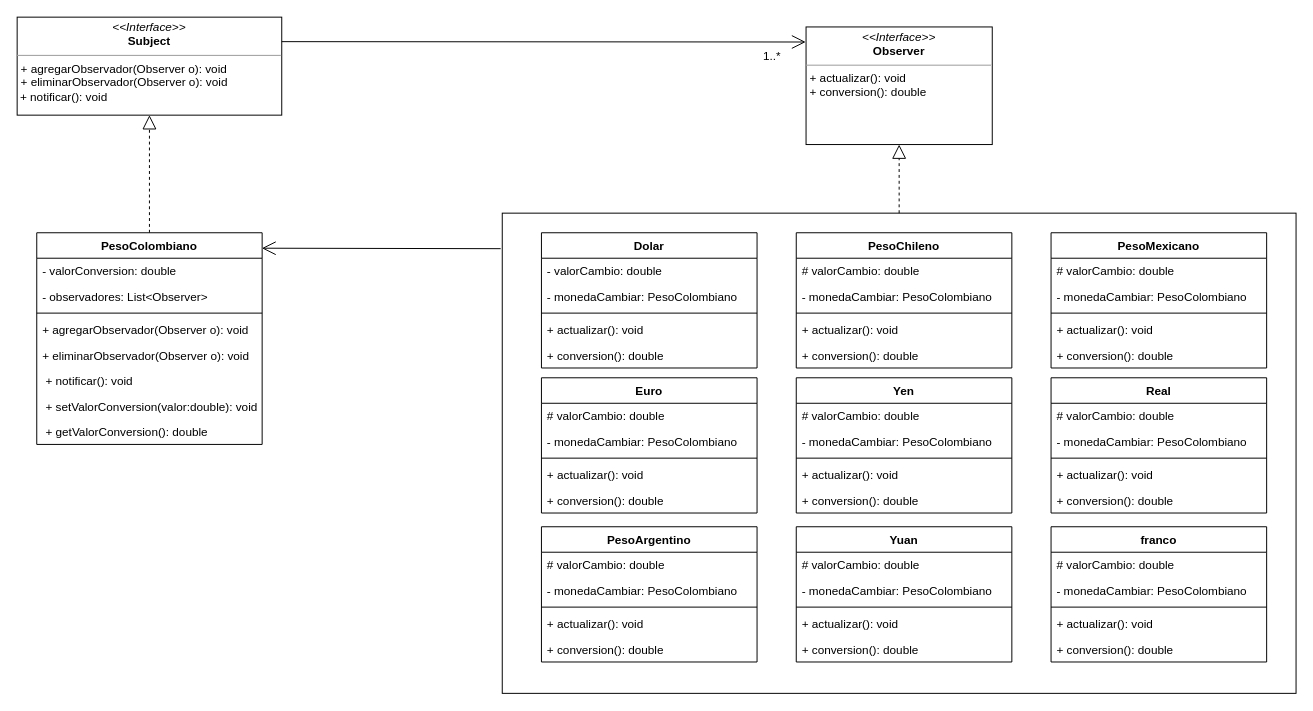
This is Observer/Observer.drawio from spaezsuarez/Modelos-de-Programacion-Patrones-de-Dise-o-, a draw.io file, before an edit. Source tidied: cells renumbered, new cells numbered last; positions are measured from the earlier drawing's top-left corner, leaving out a move shared by most shapes. Both pictures are drawn from the tidied source at 98%, with x=0, y=0 at pixel (17, 17).
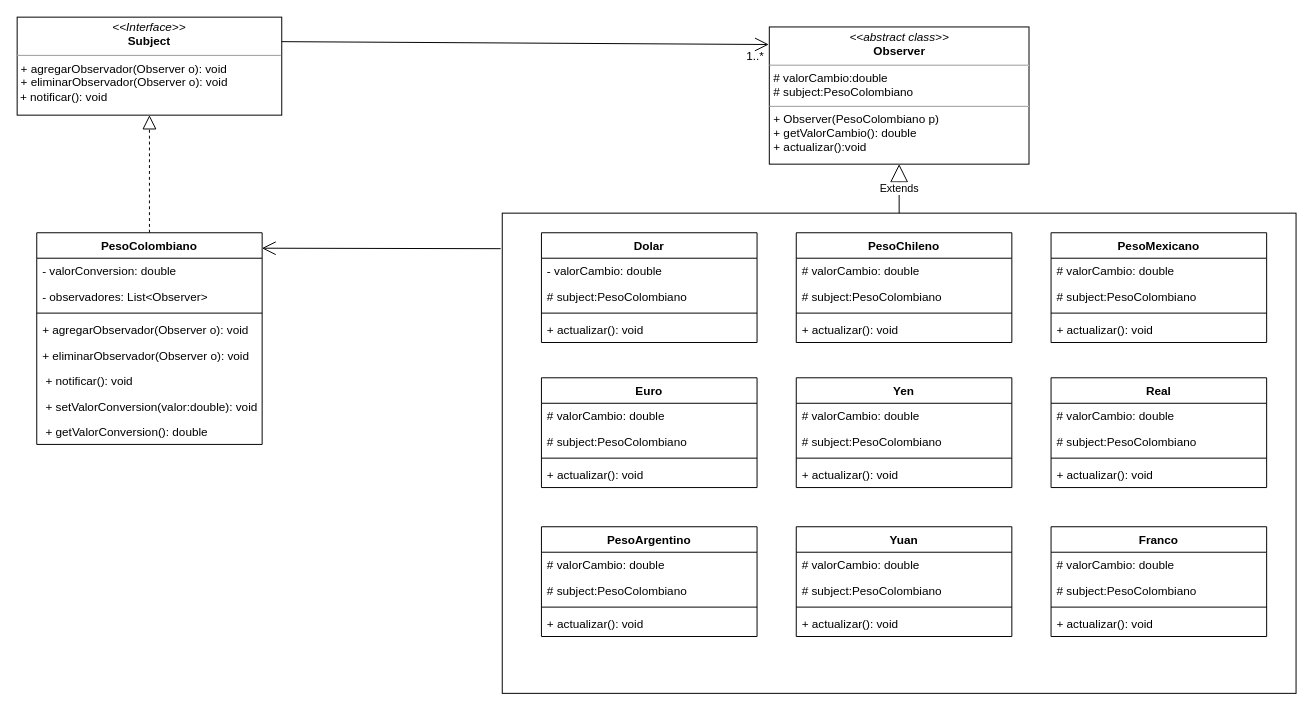
The same diagram, later.

The change refers to these unchanged cells:
```xml
<mxCell id="2" style="rounded=0;whiteSpace=wrap;html=1;" parent="1" vertex="1">
  <mxGeometry x="495" y="200" width="810" height="490" as="geometry" />
</mxCell>
```

Diff of the diagram source:
```diff
@@
-    <mxCell id="4" value="&lt;p style=&quot;margin: 0px ; margin-top: 4px ; text-align: center&quot;&gt;&lt;i&gt;&amp;lt;&amp;lt;Interface&amp;gt;&amp;gt;&lt;/i&gt;&lt;br&gt;&lt;b&gt;Observer&lt;/b&gt;&lt;/p&gt;&lt;hr size=&quot;1&quot;&gt;&lt;p style=&quot;margin: 0px ; margin-left: 4px&quot;&gt;&lt;/p&gt;&lt;p style=&quot;margin: 0px ; margin-left: 4px&quot;&gt;+ actualizar(): void&lt;br&gt;+ conversion(): double&lt;br&gt;&lt;/p&gt;" style="verticalAlign=top;align=left;overflow=fill;fontSize=12;fontFamily=Helvetica;html=1;" parent="1" vertex="1">
-      <mxGeometry x="805" y="10" width="190" height="120" as="geometry" />
+    <mxCell id="4" value="&lt;p style=&quot;margin: 4px 0px 0px ; text-align: center&quot;&gt;&lt;i&gt;&amp;lt;&amp;lt;abstract class&amp;gt;&amp;gt;&lt;/i&gt;&lt;br&gt;&lt;b&gt;Observer&lt;/b&gt;&lt;/p&gt;&lt;hr size=&quot;1&quot;&gt;&lt;p style=&quot;margin: 0px 0px 0px 4px&quot;&gt;&lt;span&gt;# valorCambio:double&lt;/span&gt;&lt;/p&gt;&lt;p style=&quot;margin: 0px 0px 0px 4px&quot;&gt;# subject:PesoColombiano&lt;/p&gt;&lt;hr size=&quot;1&quot;&gt;&lt;p style=&quot;margin: 0px 0px 0px 4px&quot;&gt;+ Observer(PesoColombiano p)&lt;br&gt;+ getValorCambio(): double&lt;/p&gt;&lt;p style=&quot;margin: 0px 0px 0px 4px&quot;&gt;+ actualizar():void&lt;/p&gt;" style="verticalAlign=top;align=left;overflow=fill;fontSize=12;fontFamily=Helvetica;html=1;" parent="1" vertex="1">
+      <mxGeometry x="767.5" y="10" width="265" height="140" as="geometry" />
     </mxCell>
@@
     <mxCell id="6" value="Dolar" style="swimlane;fontStyle=1;align=center;verticalAlign=top;horizontal=1;startSize=26;" parent="1" vertex="1">
-      <mxGeometry x="535" y="220" width="220" height="138" as="geometry" />
+      <mxGeometry x="535" y="220" width="220" height="112" as="geometry" />
     </mxCell>
@@
-    <mxCell id="8" value="- monedaCambiar: PesoColombiano" style="text;strokeColor=none;fillColor=none;align=left;verticalAlign=top;spacingLeft=4;spacingRight=4;overflow=hidden;" parent="6" vertex="1">
+    <mxCell id="8" value="# subject:PesoColombiano" style="text;strokeColor=none;fillColor=none;align=left;verticalAlign=top;spacingLeft=4;spacingRight=4;overflow=hidden;" parent="6" vertex="1">
       <mxGeometry y="52" width="220" height="26" as="geometry" />
     </mxCell>
@@
-    <mxCell id="11" value="+ conversion(): double" style="text;strokeColor=none;fillColor=none;align=left;verticalAlign=top;spacingLeft=4;spacingRight=4;overflow=hidden;" parent="6" vertex="1">
-      <mxGeometry y="112" width="220" height="26" as="geometry" />
-    </mxCell>
     <mxCell id="12" value="PesoChileno" style="swimlane;fontStyle=1;align=center;verticalAlign=top;horizontal=1;startSize=26;" parent="1" vertex="1">
-      <mxGeometry x="795" y="220" width="220" height="138" as="geometry" />
+      <mxGeometry x="795" y="220" width="220" height="112" as="geometry" />
     </mxCell>
@@
-    <mxCell id="14" value="- monedaCambiar: PesoColombiano" style="text;strokeColor=none;fillColor=none;align=left;verticalAlign=top;spacingLeft=4;spacingRight=4;overflow=hidden;" parent="12" vertex="1">
+    <mxCell id="14" value="# subject:PesoColombiano" style="text;strokeColor=none;fillColor=none;align=left;verticalAlign=top;spacingLeft=4;spacingRight=4;overflow=hidden;" parent="12" vertex="1">
       <mxGeometry y="52" width="220" height="26" as="geometry" />
     </mxCell>
@@
-    <mxCell id="17" value="+ conversion(): double" style="text;strokeColor=none;fillColor=none;align=left;verticalAlign=top;spacingLeft=4;spacingRight=4;overflow=hidden;" parent="12" vertex="1">
-      <mxGeometry y="112" width="220" height="26" as="geometry" />
-    </mxCell>
     <mxCell id="18" value="PesoMexicano" style="swimlane;fontStyle=1;align=center;verticalAlign=top;horizontal=1;startSize=26;" parent="1" vertex="1">
-      <mxGeometry x="1055" y="220" width="220" height="138" as="geometry" />
+      <mxGeometry x="1055" y="220" width="220" height="112" as="geometry" />
     </mxCell>
@@
-    <mxCell id="20" value="- monedaCambiar: PesoColombiano" style="text;strokeColor=none;fillColor=none;align=left;verticalAlign=top;spacingLeft=4;spacingRight=4;overflow=hidden;" parent="18" vertex="1">
+    <mxCell id="20" value="# subject:PesoColombiano" style="text;strokeColor=none;fillColor=none;align=left;verticalAlign=top;spacingLeft=4;spacingRight=4;overflow=hidden;" parent="18" vertex="1">
       <mxGeometry y="52" width="220" height="26" as="geometry" />
     </mxCell>
@@
-    <mxCell id="23" value="+ conversion(): double" style="text;strokeColor=none;fillColor=none;align=left;verticalAlign=top;spacingLeft=4;spacingRight=4;overflow=hidden;" parent="18" vertex="1">
-      <mxGeometry y="112" width="220" height="26" as="geometry" />
-    </mxCell>
@@
     <mxCell id="26" value="1..*" style="text;html=1;align=center;verticalAlign=middle;" parent="1" vertex="1">
-      <mxGeometry x="755" y="30" width="30" height="20" as="geometry" />
+      <mxGeometry x="737.5" y="30" width="30" height="20" as="geometry" />
     </mxCell>
     <mxCell id="27" value="Euro" style="swimlane;fontStyle=1;align=center;verticalAlign=top;horizontal=1;startSize=26;" parent="1" vertex="1">
-      <mxGeometry x="535" y="368" width="220" height="138" as="geometry" />
+      <mxGeometry x="535" y="368" width="220" height="112" as="geometry" />
     </mxCell>
@@
-    <mxCell id="29" value="- monedaCambiar: PesoColombiano" style="text;strokeColor=none;fillColor=none;align=left;verticalAlign=top;spacingLeft=4;spacingRight=4;overflow=hidden;" parent="27" vertex="1">
+    <mxCell id="29" value="# subject:PesoColombiano" style="text;strokeColor=none;fillColor=none;align=left;verticalAlign=top;spacingLeft=4;spacingRight=4;overflow=hidden;" parent="27" vertex="1">
       <mxGeometry y="52" width="220" height="26" as="geometry" />
     </mxCell>
@@
-    <mxCell id="32" value="+ conversion(): double" style="text;strokeColor=none;fillColor=none;align=left;verticalAlign=top;spacingLeft=4;spacingRight=4;overflow=hidden;" parent="27" vertex="1">
-      <mxGeometry y="112" width="220" height="26" as="geometry" />
-    </mxCell>
-    <mxCell id="33" value="franco" style="swimlane;fontStyle=1;align=center;verticalAlign=top;horizontal=1;startSize=26;" parent="1" vertex="1">
-      <mxGeometry x="1055" y="520" width="220" height="138" as="geometry" />
+    <mxCell id="33" value="Franco" style="swimlane;fontStyle=1;align=center;verticalAlign=top;horizontal=1;startSize=26;" parent="1" vertex="1">
+      <mxGeometry x="1055" y="520" width="220" height="112" as="geometry" />
     </mxCell>
@@
-    <mxCell id="35" value="- monedaCambiar: PesoColombiano" style="text;strokeColor=none;fillColor=none;align=left;verticalAlign=top;spacingLeft=4;spacingRight=4;overflow=hidden;" parent="33" vertex="1">
+    <mxCell id="35" value="# subject:PesoColombiano" style="text;strokeColor=none;fillColor=none;align=left;verticalAlign=top;spacingLeft=4;spacingRight=4;overflow=hidden;" parent="33" vertex="1">
       <mxGeometry y="52" width="220" height="26" as="geometry" />
     </mxCell>
@@
-    <mxCell id="38" value="+ conversion(): double" style="text;strokeColor=none;fillColor=none;align=left;verticalAlign=top;spacingLeft=4;spacingRight=4;overflow=hidden;" parent="33" vertex="1">
-      <mxGeometry y="112" width="220" height="26" as="geometry" />
-    </mxCell>
     <mxCell id="39" value="PesoArgentino" style="swimlane;fontStyle=1;align=center;verticalAlign=top;horizontal=1;startSize=26;" parent="1" vertex="1">
-      <mxGeometry x="535" y="520" width="220" height="138" as="geometry" />
+      <mxGeometry x="535" y="520" width="220" height="112" as="geometry" />
     </mxCell>
@@
-    <mxCell id="41" value="- monedaCambiar: PesoColombiano" style="text;strokeColor=none;fillColor=none;align=left;verticalAlign=top;spacingLeft=4;spacingRight=4;overflow=hidden;" parent="39" vertex="1">
+    <mxCell id="41" value="# subject:PesoColombiano" style="text;strokeColor=none;fillColor=none;align=left;verticalAlign=top;spacingLeft=4;spacingRight=4;overflow=hidden;" parent="39" vertex="1">
       <mxGeometry y="52" width="220" height="26" as="geometry" />
     </mxCell>
@@
-    <mxCell id="44" value="+ conversion(): double" style="text;strokeColor=none;fillColor=none;align=left;verticalAlign=top;spacingLeft=4;spacingRight=4;overflow=hidden;" parent="39" vertex="1">
-      <mxGeometry y="112" width="220" height="26" as="geometry" />
-    </mxCell>
     <mxCell id="45" value="Yen" style="swimlane;fontStyle=1;align=center;verticalAlign=top;horizontal=1;startSize=26;" parent="1" vertex="1">
-      <mxGeometry x="795" y="368" width="220" height="138" as="geometry" />
+      <mxGeometry x="795" y="368" width="220" height="112" as="geometry" />
     </mxCell>
@@
-    <mxCell id="47" value="- monedaCambiar: PesoColombiano" style="text;strokeColor=none;fillColor=none;align=left;verticalAlign=top;spacingLeft=4;spacingRight=4;overflow=hidden;" parent="45" vertex="1">
+    <mxCell id="47" value="# subject:PesoColombiano" style="text;strokeColor=none;fillColor=none;align=left;verticalAlign=top;spacingLeft=4;spacingRight=4;overflow=hidden;" parent="45" vertex="1">
       <mxGeometry y="52" width="220" height="26" as="geometry" />
     </mxCell>
@@
-    <mxCell id="50" value="+ conversion(): double" style="text;strokeColor=none;fillColor=none;align=left;verticalAlign=top;spacingLeft=4;spacingRight=4;overflow=hidden;" parent="45" vertex="1">
-      <mxGeometry y="112" width="220" height="26" as="geometry" />
-    </mxCell>
     <mxCell id="51" value="Real" style="swimlane;fontStyle=1;align=center;verticalAlign=top;horizontal=1;startSize=26;" parent="1" vertex="1">
-      <mxGeometry x="1055" y="368" width="220" height="138" as="geometry" />
+      <mxGeometry x="1055" y="368" width="220" height="112" as="geometry" />
     </mxCell>
@@
-    <mxCell id="53" value="- monedaCambiar: PesoColombiano" style="text;strokeColor=none;fillColor=none;align=left;verticalAlign=top;spacingLeft=4;spacingRight=4;overflow=hidden;" parent="51" vertex="1">
+    <mxCell id="53" value="# subject:PesoColombiano" style="text;strokeColor=none;fillColor=none;align=left;verticalAlign=top;spacingLeft=4;spacingRight=4;overflow=hidden;" parent="51" vertex="1">
       <mxGeometry y="52" width="220" height="26" as="geometry" />
     </mxCell>
@@
-    <mxCell id="56" value="+ conversion(): double" style="text;strokeColor=none;fillColor=none;align=left;verticalAlign=top;spacingLeft=4;spacingRight=4;overflow=hidden;" parent="51" vertex="1">
-      <mxGeometry y="112" width="220" height="26" as="geometry" />
-    </mxCell>
     <mxCell id="57" value="Yuan" style="swimlane;fontStyle=1;align=center;verticalAlign=top;horizontal=1;startSize=26;" parent="1" vertex="1">
-      <mxGeometry x="795" y="520" width="220" height="138" as="geometry" />
+      <mxGeometry x="795" y="520" width="220" height="112" as="geometry" />
     </mxCell>
@@
-    <mxCell id="59" value="- monedaCambiar: PesoColombiano" style="text;strokeColor=none;fillColor=none;align=left;verticalAlign=top;spacingLeft=4;spacingRight=4;overflow=hidden;" parent="57" vertex="1">
+    <mxCell id="59" value="# subject:PesoColombiano" style="text;strokeColor=none;fillColor=none;align=left;verticalAlign=top;spacingLeft=4;spacingRight=4;overflow=hidden;" parent="57" vertex="1">
       <mxGeometry y="52" width="220" height="26" as="geometry" />
     </mxCell>
@@
-    <mxCell id="62" value="+ conversion(): double" style="text;strokeColor=none;fillColor=none;align=left;verticalAlign=top;spacingLeft=4;spacingRight=4;overflow=hidden;" parent="57" vertex="1">
-      <mxGeometry y="112" width="220" height="26" as="geometry" />
-    </mxCell>
@@
-    <mxCell id="72" style="endArrow=block;dashed=1;endFill=0;endSize=12;html=1;entryX=0.5;entryY=1;entryDx=0;entryDy=0;exitX=0.5;exitY=0;exitDx=0;exitDy=0;" parent="1" edge="1" source="2" target="4">
+    <mxCell id="72" value="Extends" style="endArrow=block;endSize=16;endFill=0;html=1;entryX=0.5;entryY=1;entryDx=0;entryDy=0;exitX=0.5;exitY=0;exitDx=0;exitDy=0;" parent="1" edge="1" source="2" target="4">
       <mxGeometry relative="1" as="geometry" />
     </mxCell>
```
